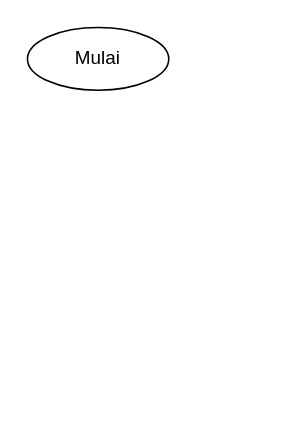
Above: Flowmap.drawio in WataKoro/Flowmap_RPL (draw.io), before the change. Source tidied: cells renumbered, new cells numbered last; positions are measured from the earlier drawing's top-left corner, leaving out a move shared by most shapes. Both pictures are drawn from the tidied source at 157%, with x=0, y=0 at pixel (27, 27).
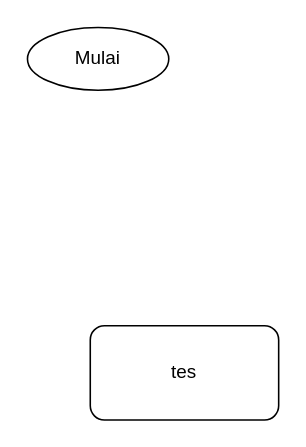
After the change.

Diff of the diagram source:
```diff
@@
 <mxGraphModel>
   <root>
     <mxCell id="0" />
     <mxCell id="1" parent="0" />
     <mxCell id="2" value="Mulai" style="ellipse;whiteSpace=wrap;html=1;" parent="1" vertex="1">
       <mxGeometry width="90" height="40" as="geometry" />
     </mxCell>
+    <mxCell id="3" value="tes" style="rounded=1;whiteSpace=wrap;html=1;" parent="1" vertex="1">
+      <mxGeometry x="40" y="190" width="120" height="60" as="geometry" />
+    </mxCell>
   </root>
 </mxGraphModel>
```
